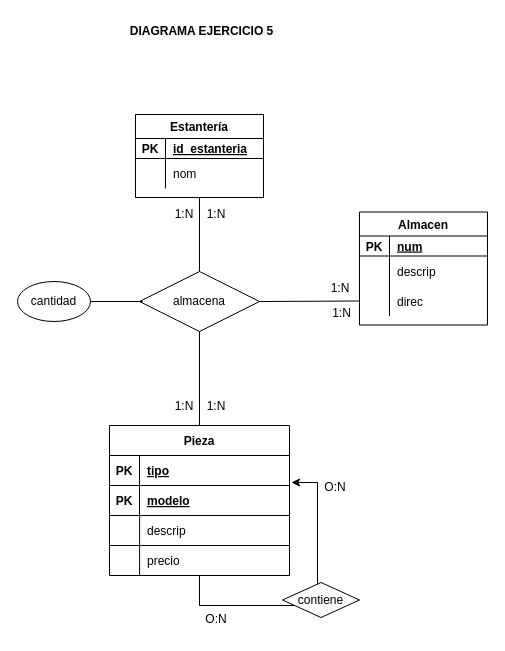
Before: Ex5.drawio in JuanMarinG/TA12_MYSQL, a draw.io diagram. Source tidied: cells renumbered, new cells numbered last; positions are measured from the earlier drawing's top-left corner, leaving out a move shared by most shapes. Both pictures are drawn from the tidied source at 100%, with x=0, y=0 at pixel (17, 17).
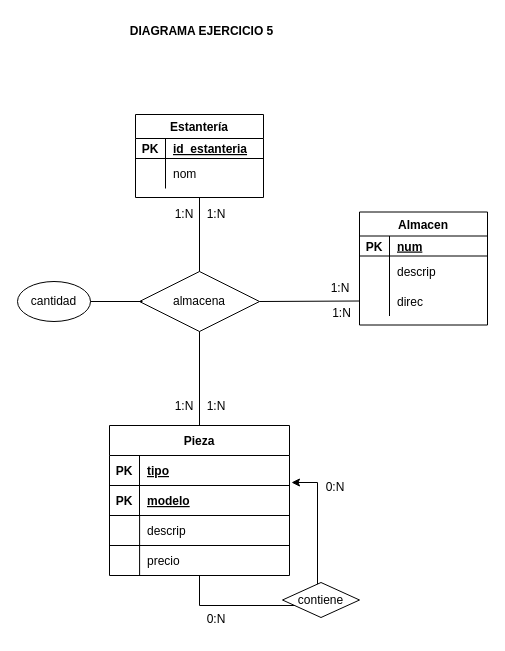
Above is the later version.

Diff of the diagram source:
```diff
@@
-    <mxCell id="34" value="O:N" style="text;html=1;strokeColor=none;fillColor=none;align=center;verticalAlign=middle;whiteSpace=wrap;rounded=0;" parent="1" vertex="1">
+    <mxCell id="34" value="0:N" style="text;html=1;strokeColor=none;fillColor=none;align=center;verticalAlign=middle;whiteSpace=wrap;rounded=0;" parent="1" vertex="1">
       <mxGeometry x="288" y="455" width="60" height="30" as="geometry" />
     </mxCell>
-    <mxCell id="35" value="O:N" style="text;html=1;strokeColor=none;fillColor=none;align=center;verticalAlign=middle;whiteSpace=wrap;rounded=0;" parent="1" vertex="1">
+    <mxCell id="35" value="0:N" style="text;html=1;strokeColor=none;fillColor=none;align=center;verticalAlign=middle;whiteSpace=wrap;rounded=0;" parent="1" vertex="1">
       <mxGeometry x="169" y="587" width="60" height="30" as="geometry" />
     </mxCell>
```
